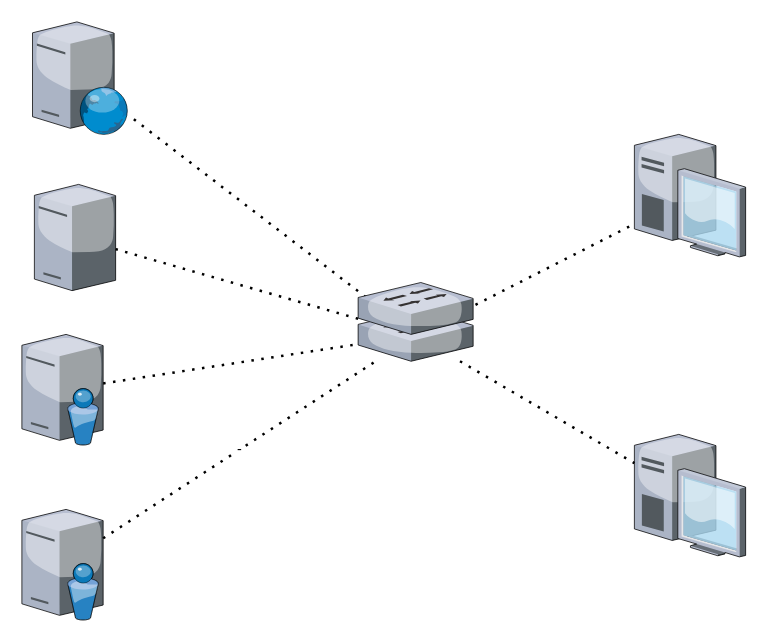
This is Untitled Diagram.drawio from MarcHoog/Random-powershell-Funcitons, a draw.io file, before an edit. Source tidied: cells renumbered, new cells numbered last; positions are measured from the earlier drawing's top-left corner, leaving out a move shared by most shapes. Both pictures are drawn from the tidied source at 125%, with x=0, y=0 at pixel (21, 21).
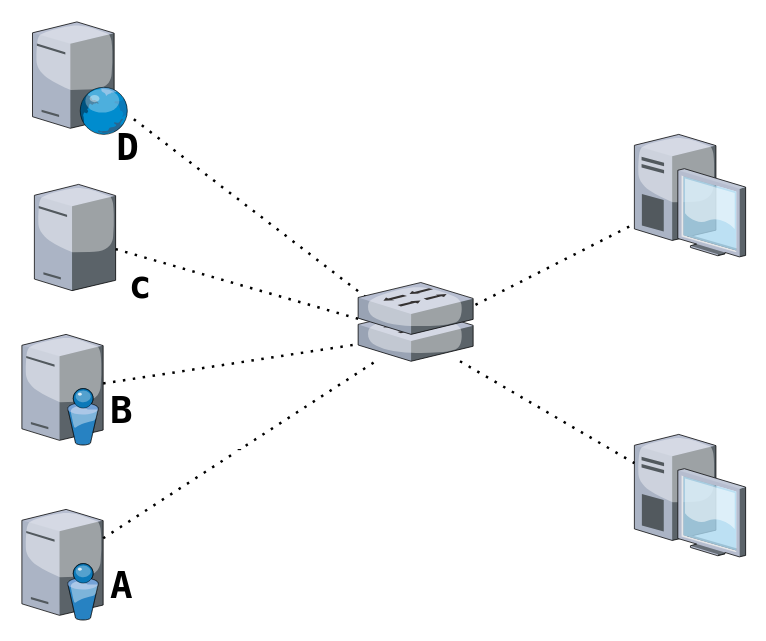
Above is the later version.

Diff of the diagram source:
```diff
@@
 <mxGraphModel>
   <root>
     <mxCell id="0" />
     <mxCell id="1" parent="0" />
     <mxCell id="2" style="verticalLabelPosition=bottom;html=1;verticalAlign=top;strokeColor=none;align=center;outlineConnect=0;shape=mxgraph.citrix.tower_server;rounded=0;shadow=0;fontFamily=Lucida Console;fillColor=#F0F0F0;" parent="1" vertex="1">
       <mxGeometry x="10" y="130" width="65" height="85" as="geometry" />
     </mxCell>
     <mxCell id="3" style="verticalLabelPosition=bottom;html=1;verticalAlign=top;strokeColor=none;align=center;outlineConnect=0;shape=mxgraph.citrix.directory_server;rounded=0;shadow=0;fontFamily=Lucida Console;fillColor=#F0F0F0;" parent="1" vertex="1">
       <mxGeometry y="250" width="65" height="88.5" as="geometry" />
     </mxCell>
     <mxCell id="4" style="verticalLabelPosition=bottom;html=1;verticalAlign=top;strokeColor=none;align=center;outlineConnect=0;shape=mxgraph.citrix.directory_server;rounded=0;shadow=0;fontFamily=Lucida Console;fillColor=#F0F0F0;" parent="1" vertex="1">
       <mxGeometry y="390" width="65" height="88.5" as="geometry" />
     </mxCell>
     <mxCell id="5" style="verticalLabelPosition=bottom;html=1;verticalAlign=top;strokeColor=none;align=center;outlineConnect=0;shape=mxgraph.citrix.web_server;rounded=0;shadow=0;fontFamily=Lucida Console;fillColor=#F0F0F0;" parent="1" vertex="1">
       <mxGeometry x="8.5" width="76.5" height="90" as="geometry" />
     </mxCell>
     <mxCell id="6" style="verticalLabelPosition=bottom;html=1;verticalAlign=top;strokeColor=none;align=center;outlineConnect=0;shape=mxgraph.citrix.desktop;rounded=0;shadow=0;fontFamily=Lucida Console;fillColor=#F0F0F0;" parent="1" vertex="1">
       <mxGeometry x="490" y="90" width="89" height="98" as="geometry" />
     </mxCell>
     <mxCell id="7" style="verticalLabelPosition=bottom;html=1;verticalAlign=top;strokeColor=none;align=center;outlineConnect=0;shape=mxgraph.citrix.desktop;rounded=0;shadow=0;fontFamily=Lucida Console;fillColor=#F0F0F0;" parent="1" vertex="1">
       <mxGeometry x="490" y="330" width="89" height="98" as="geometry" />
     </mxCell>
     <mxCell id="8" style="verticalLabelPosition=bottom;html=1;verticalAlign=top;strokeColor=none;align=center;outlineConnect=0;shape=mxgraph.citrix.switch;rounded=0;shadow=0;fontFamily=Lucida Console;fillColor=#F0F0F0;" parent="1" vertex="1">
       <mxGeometry x="269" y="230" width="92" height="41.5" as="geometry" />
     </mxCell>
     <mxCell id="9" style="endArrow=none;dashed=1;html=1;dashPattern=1 3;strokeWidth=2;fontFamily=Lucida Console;" parent="1" edge="1" source="8" target="6">
       <mxGeometry relative="1" as="geometry" />
     </mxCell>
     <mxCell id="10" style="endArrow=none;dashed=1;html=1;dashPattern=1 3;strokeWidth=2;fontFamily=Lucida Console;" parent="1" edge="1" source="8" target="7">
       <mxGeometry relative="1" as="geometry" />
     </mxCell>
     <mxCell id="11" value="-" style="endArrow=none;dashed=1;html=1;dashPattern=1 3;strokeWidth=2;fontFamily=Lucida Console;" parent="1" edge="1" source="4" target="8">
       <mxGeometry relative="1" as="geometry" />
     </mxCell>
     <mxCell id="12" style="endArrow=none;dashed=1;html=1;dashPattern=1 3;strokeWidth=2;fontFamily=Lucida Console;" parent="1" edge="1" source="3" target="8">
       <mxGeometry relative="1" as="geometry" />
     </mxCell>
     <mxCell id="13" style="endArrow=none;dashed=1;html=1;dashPattern=1 3;strokeWidth=2;fontFamily=Lucida Console;" parent="1" edge="1" source="8" target="2">
       <mxGeometry relative="1" as="geometry" />
     </mxCell>
     <mxCell id="14" style="endArrow=none;dashed=1;html=1;dashPattern=1 3;strokeWidth=2;fontFamily=Lucida Console;" parent="1" edge="1" source="8" target="5">
       <mxGeometry relative="1" as="geometry" />
     </mxCell>
     <mxCell id="15" style="verticalLabelPosition=bottom;html=1;verticalAlign=top;strokeColor=none;align=center;shape=mxgraph.citrix.switch;rounded=0;shadow=0;fontFamily=Lucida Console;fillColor=#F0F0F0;" parent="1" vertex="1">
       <mxGeometry x="269" y="208.5" width="92" height="41.5" as="geometry" />
     </mxCell>
+    <mxCell id="16" value="A" style="text;html=1;strokeColor=none;fillColor=none;align=center;verticalAlign=middle;whiteSpace=wrap;rounded=0;shadow=0;fontFamily=Lucida Console;fontStyle=1;fontSize=30;" parent="1" vertex="1">
+      <mxGeometry x="60" y="440" width="40" height="20" as="geometry" />
+    </mxCell>
+    <mxCell id="17" value="B" style="text;html=1;strokeColor=none;fillColor=none;align=center;verticalAlign=middle;whiteSpace=wrap;rounded=0;shadow=0;fontFamily=Lucida Console;fontStyle=1;fontSize=30;" parent="1" vertex="1">
+      <mxGeometry x="60" y="300" width="40" height="20" as="geometry" />
+    </mxCell>
+    <mxCell id="18" value="c" style="text;html=1;strokeColor=none;fillColor=none;align=center;verticalAlign=middle;whiteSpace=wrap;rounded=0;shadow=0;fontFamily=Lucida Console;fontStyle=1;fontSize=30;" parent="1" vertex="1">
+      <mxGeometry x="75" y="200" width="40" height="20" as="geometry" />
+    </mxCell>
+    <mxCell id="19" value="D" style="text;html=1;strokeColor=none;fillColor=none;align=center;verticalAlign=middle;whiteSpace=wrap;rounded=0;shadow=0;fontFamily=Lucida Console;fontStyle=1;fontSize=30;" parent="1" vertex="1">
+      <mxGeometry x="65" y="90" width="40" height="20" as="geometry" />
+    </mxCell>
   </root>
 </mxGraphModel>
```
